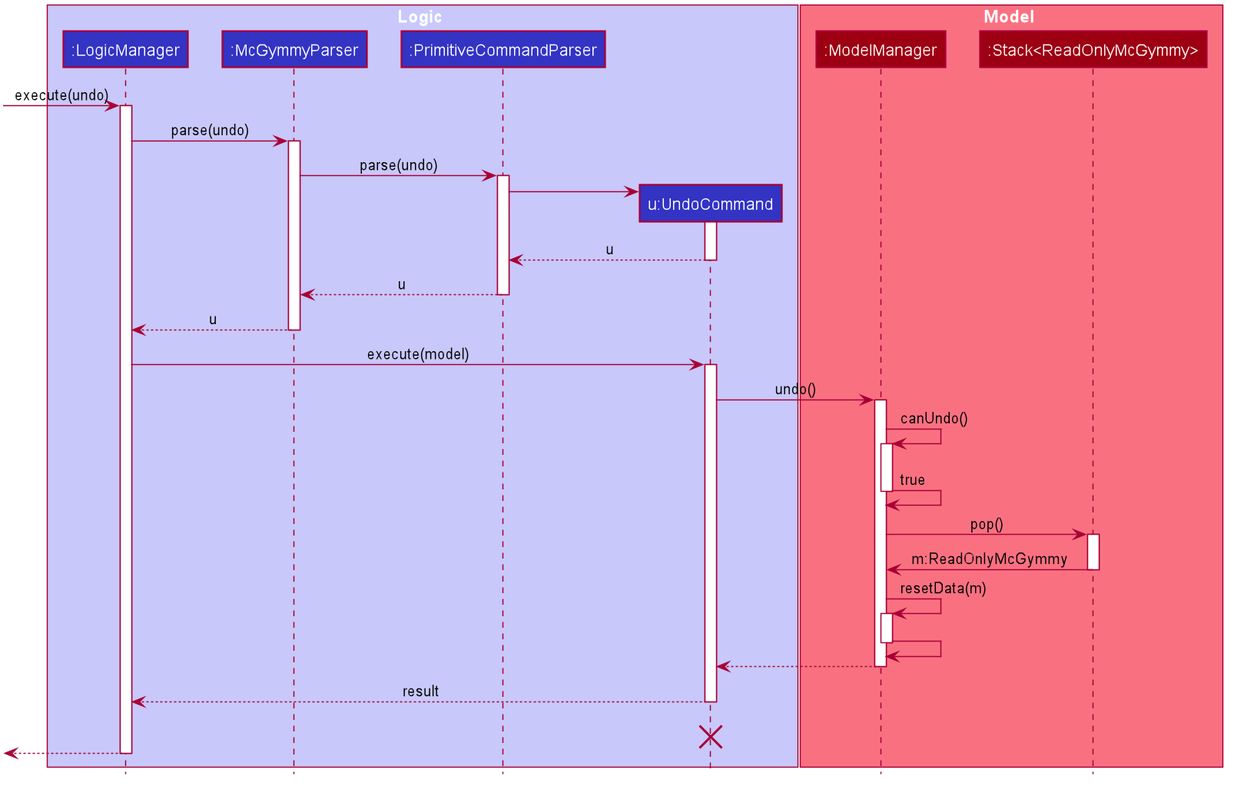
This is docs/images/UndoSequenceDiagram.png from nus-cs2103-AY2021S1/tp, a PlantUML export, as it was before one commit.
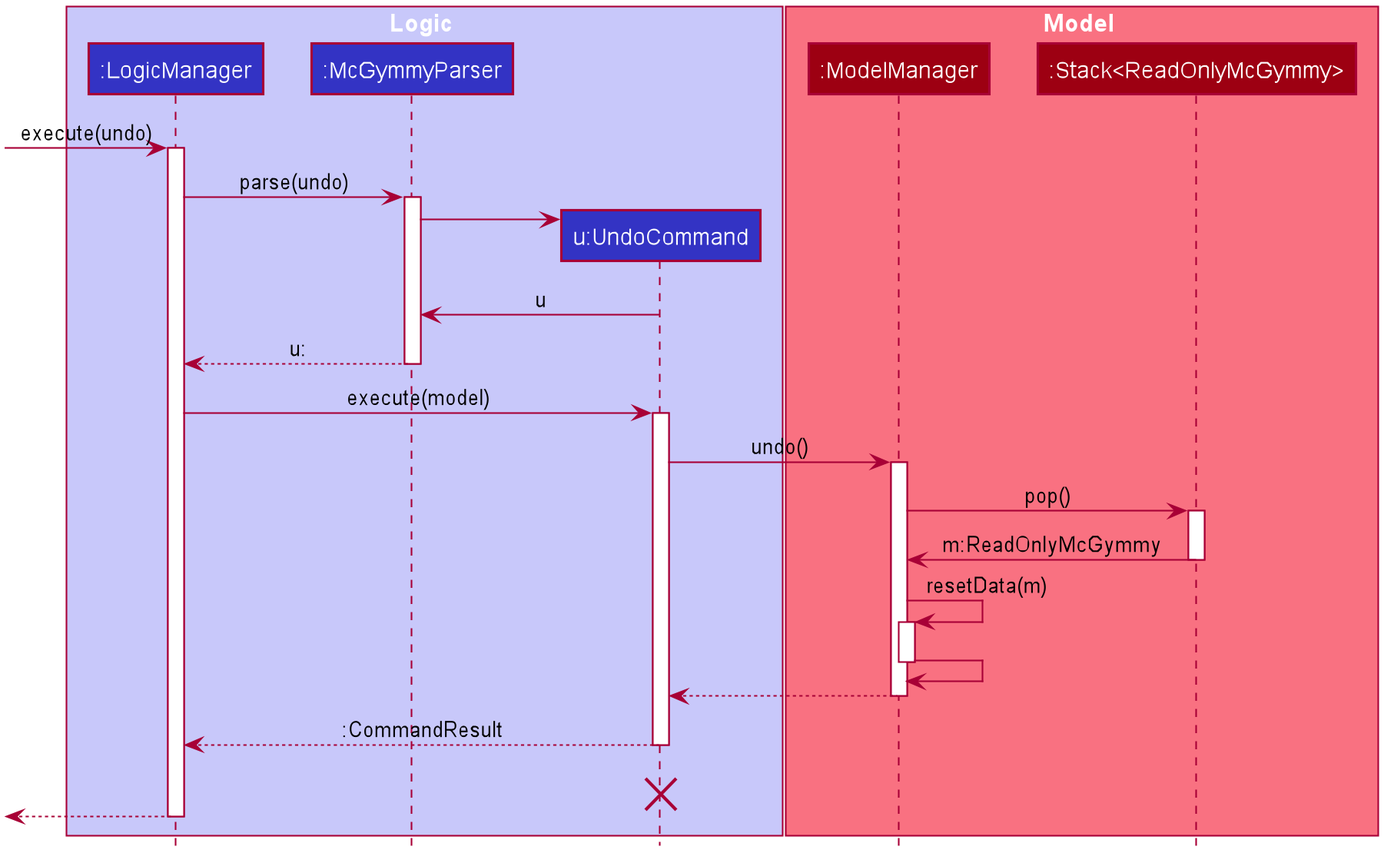
After the commit.

Commit message:
Make UndoSequenceDiagram less complicated

The edit, as a diff of the source:
```diff
@@ -51,7 +51,6 @@
 box Logic #C8C8FA
 participant ":LogicManager" as LogicManager #3333C4
 participant ":McGymmyParser" as McGymmyParser #3333C4
-participant ":PrimitiveCommandParser" as PrimitiveCommandParser #3333C4
 participant "u:UndoCommand" as UndoCommand #3333C4
 end box
 
@@ -66,20 +65,12 @@
 LogicManager -> McGymmyParser : parse(undo)
 activate McGymmyParser
 
-McGymmyParser -> PrimitiveCommandParser : parse(undo)
-activate PrimitiveCommandParser
+create UndoCommand
+McGymmyParser -> UndoCommand
 
-create UndoCommand
-PrimitiveCommandParser -> UndoCommand
-activate UndoCommand
+UndoCommand -> McGymmyParser : u
 
-UndoCommand --> PrimitiveCommandParser: u
-deactivate UndoCommand
-
-PrimitiveCommandParser --> McGymmyParser: u
-deactivate PrimitiveCommandParser
-
-McGymmyParser --> LogicManager : u
+McGymmyParser --> LogicManager : u:
 deactivate McGymmyParser
 
 LogicManager -> UndoCommand : execute(model)
@@ -87,12 +78,6 @@
 
 UndoCommand -> Model : undo()
 activate Model
-
-Model -> Model : canUndo()
-activate Model
-
-Model -> Model : true
-deactivate Model
 
 Model -> McGymmyStack :pop()
 activate McGymmyStack
@@ -109,7 +94,7 @@
 Model --> UndoCommand
 deactivate Model
 
-UndoCommand --> LogicManager : result
+UndoCommand --> LogicManager : :CommandResult
 deactivate UndoCommand
 UndoCommand -[hidden]-> LogicManager : result
 destroy UndoCommand
```
